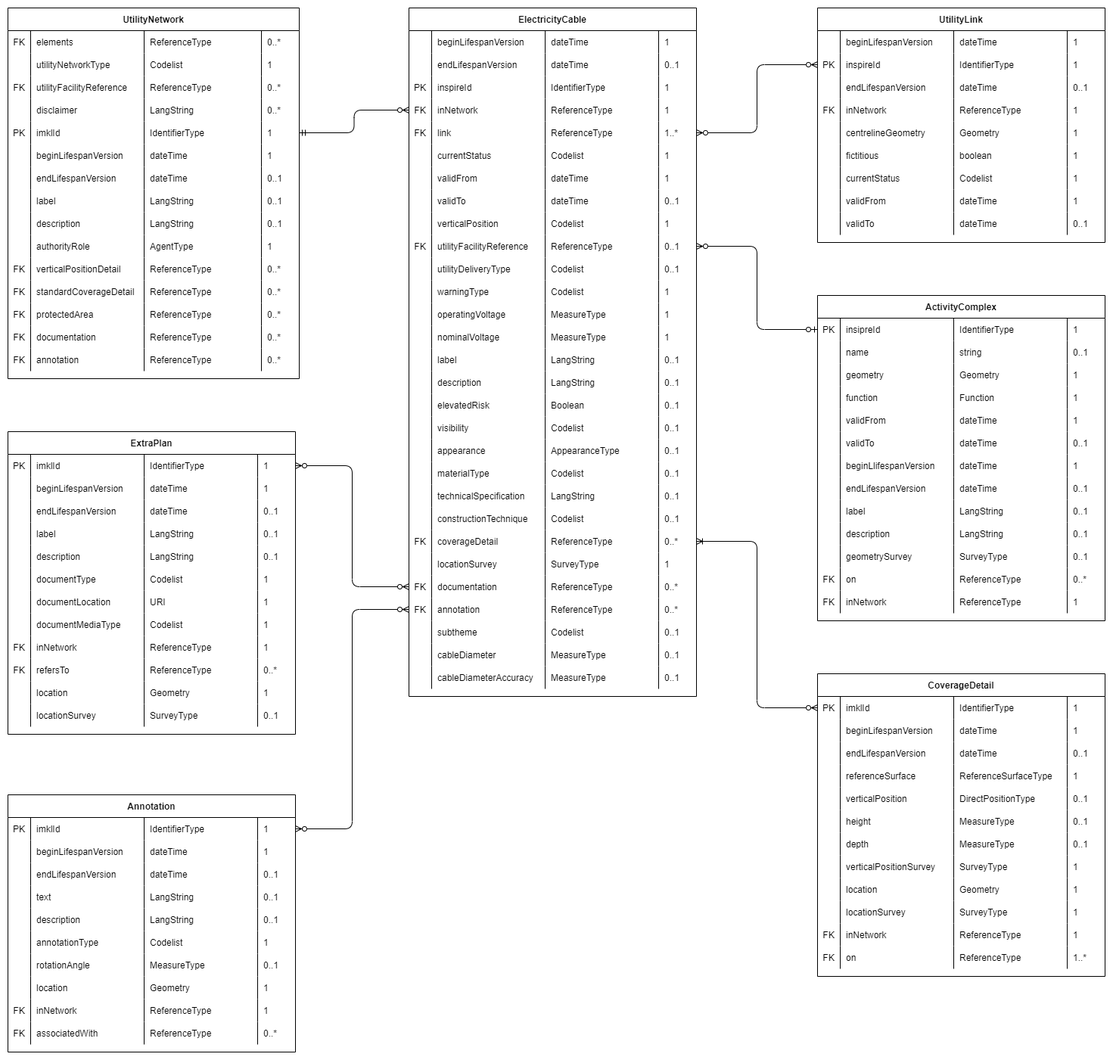
Before: implementation/Documentation/ERD/IMKL3 ElectricityCable.png, a diagram exported from draw.io (belgif/ICEGthema-imkl). Source tidied: cells renumbered, new cells last; positions are measured from the earlier drawing's top-left corner, leaving out a move shared by most shapes.
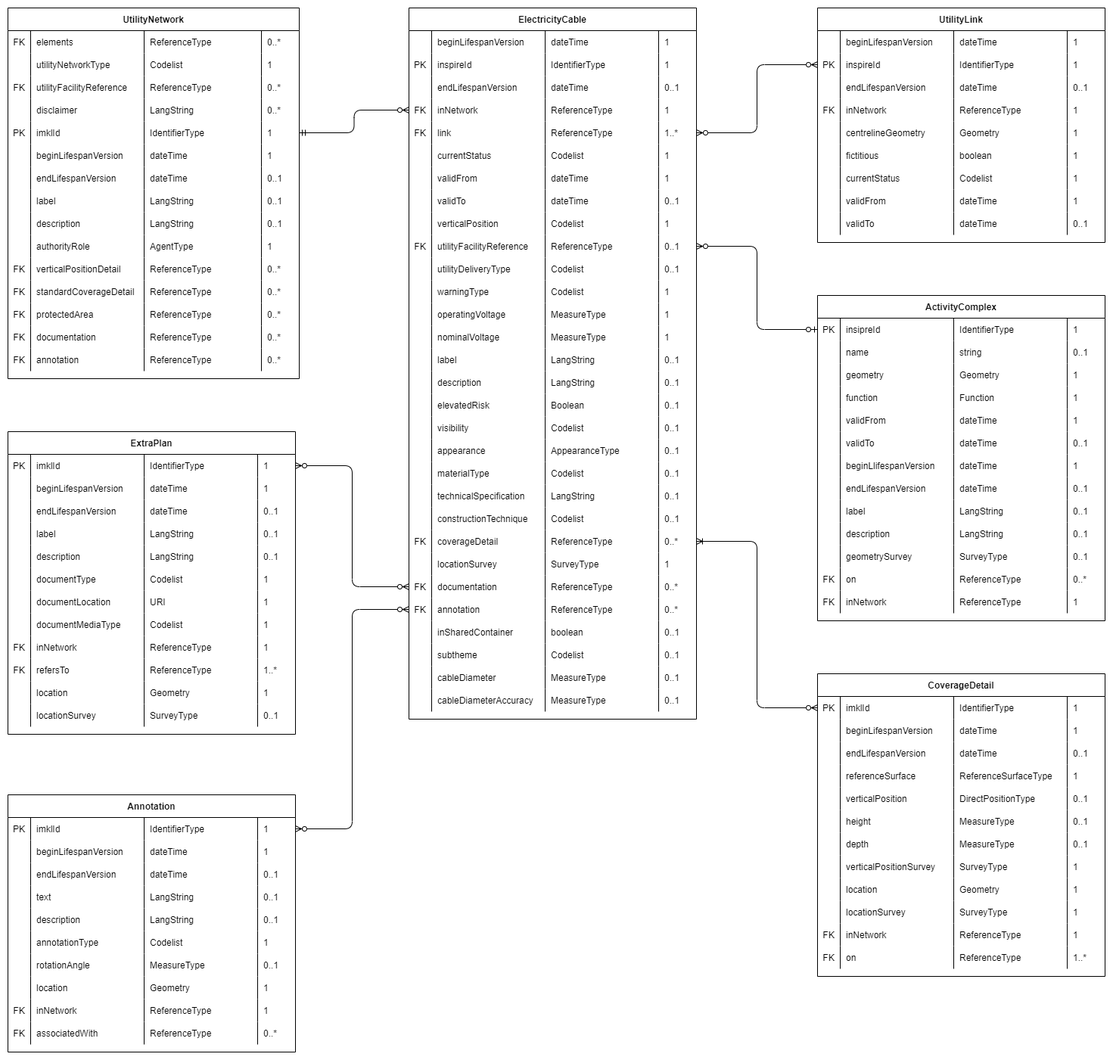
The same file after the commit.

What changed in the source:
```diff
@@ -3,7 +3,7 @@
     <mxCell id="0" />
     <mxCell id="1" parent="0" />
     <mxCell id="2" value="ElectricityCable" style="shape=table;startSize=30;rowLines=0;fontStyle=1;align=center;" parent="1" vertex="1">
-      <mxGeometry x="530" width="380" height="910" as="geometry" />
+      <mxGeometry x="530" width="380" height="940" as="geometry" />
     </mxCell>
     <mxCell id="3" style="shape=tableRow;horizontal=0;startSize=0;swimlaneHead=0;swimlaneBody=0;fillColor=none;top=0;left=0;right=0;bottom=0;" parent="2" vertex="1">
       <mxGeometry y="30" width="380" height="30" as="geometry" />
@@ -20,8 +20,23 @@
     <mxCell id="7" value="1" style="shape=partialRectangle;fillColor=none;top=0;left=0;bottom=0;right=0;align=left;spacingLeft=6;overflow=hidden;" parent="3" vertex="1">
       <mxGeometry x="330" width="50" height="30" as="geometry" />
     </mxCell>
+    <mxCell id="515" style="shape=tableRow;horizontal=0;startSize=0;swimlaneHead=0;swimlaneBody=0;fillColor=none;top=0;left=0;right=0;bottom=0;" parent="2" vertex="1">
+      <mxGeometry y="60" width="380" height="30" as="geometry" />
+    </mxCell>
+    <mxCell id="14" value="PK" style="shape=partialRectangle;fillColor=none;top=0;left=0;bottom=0;right=0;overflow=hidden;" parent="515" vertex="1">
+      <mxGeometry width="30" height="30" as="geometry" />
+    </mxCell>
+    <mxCell id="15" value="inspireId" style="shape=partialRectangle;fillColor=none;top=0;left=0;bottom=0;right=0;align=left;spacingLeft=6;overflow=hidden;" parent="515" vertex="1">
+      <mxGeometry x="30" width="150" height="30" as="geometry" />
+    </mxCell>
+    <mxCell id="16" value="IdentifierType" style="shape=partialRectangle;fillColor=none;top=0;left=0;bottom=0;right=0;align=left;spacingLeft=6;overflow=hidden;" parent="515" vertex="1">
+      <mxGeometry x="180" width="150" height="30" as="geometry" />
+    </mxCell>
+    <mxCell id="17" value="1" style="shape=partialRectangle;fillColor=none;top=0;left=0;bottom=0;right=0;align=left;spacingLeft=6;overflow=hidden;" parent="515" vertex="1">
+      <mxGeometry x="330" width="50" height="30" as="geometry" />
+    </mxCell>
     <mxCell id="8" style="shape=tableRow;horizontal=0;startSize=0;swimlaneHead=0;swimlaneBody=0;fillColor=none;top=0;left=0;right=0;bottom=0;" parent="2" vertex="1">
-      <mxGeometry y="60" width="380" height="30" as="geometry" />
+      <mxGeometry y="90" width="380" height="30" as="geometry" />
     </mxCell>
     <mxCell id="9" style="shape=partialRectangle;fillColor=none;top=0;left=0;bottom=0;right=0;overflow=hidden;" parent="8" vertex="1">
       <mxGeometry width="30" height="30" as="geometry" />
@@ -35,21 +50,6 @@
     <mxCell id="12" value="0..1" style="shape=partialRectangle;fillColor=none;top=0;left=0;bottom=0;right=0;align=left;spacingLeft=6;overflow=hidden;" parent="8" vertex="1">
       <mxGeometry x="330" width="50" height="30" as="geometry" />
     </mxCell>
-    <mxCell id="13" style="shape=tableRow;horizontal=0;startSize=0;swimlaneHead=0;swimlaneBody=0;fillColor=none;top=0;left=0;right=0;bottom=0;" parent="2" vertex="1">
-      <mxGeometry y="90" width="380" height="30" as="geometry" />
-    </mxCell>
-    <mxCell id="14" value="PK" style="shape=partialRectangle;fillColor=none;top=0;left=0;bottom=0;right=0;overflow=hidden;" parent="13" vertex="1">
-      <mxGeometry width="30" height="30" as="geometry" />
-    </mxCell>
-    <mxCell id="15" value="inspireId" style="shape=partialRectangle;fillColor=none;top=0;left=0;bottom=0;right=0;align=left;spacingLeft=6;overflow=hidden;" parent="13" vertex="1">
-      <mxGeometry x="30" width="150" height="30" as="geometry" />
-    </mxCell>
-    <mxCell id="16" value="IdentifierType" style="shape=partialRectangle;fillColor=none;top=0;left=0;bottom=0;right=0;align=left;spacingLeft=6;overflow=hidden;" parent="13" vertex="1">
-      <mxGeometry x="180" width="150" height="30" as="geometry" />
-    </mxCell>
-    <mxCell id="17" value="1" style="shape=partialRectangle;fillColor=none;top=0;left=0;bottom=0;right=0;align=left;spacingLeft=6;overflow=hidden;" parent="13" vertex="1">
-      <mxGeometry x="330" width="50" height="30" as="geometry" />
-    </mxCell>
     <mxCell id="18" style="shape=tableRow;horizontal=0;startSize=0;swimlaneHead=0;swimlaneBody=0;fillColor=none;points=[[0,0.5],[1,0.5]];portConstraint=eastwest;top=0;left=0;right=0;bottom=0;" parent="2" vertex="1">
       <mxGeometry y="120" width="380" height="30" as="geometry" />
     </mxCell>
@@ -395,8 +395,23 @@
     <mxCell id="132" value="0..*" style="shape=partialRectangle;fillColor=none;top=0;left=0;bottom=0;right=0;align=left;spacingLeft=6;overflow=hidden;" parent="128" vertex="1">
       <mxGeometry x="330" width="50" height="30" as="geometry" />
     </mxCell>
+    <mxCell id="516" style="shape=tableRow;horizontal=0;startSize=0;swimlaneHead=0;swimlaneBody=0;fillColor=none;top=0;left=0;right=0;bottom=0;" parent="2" vertex="1">
+      <mxGeometry y="810" width="380" height="30" as="geometry" />
+    </mxCell>
+    <mxCell id="517" style="shape=partialRectangle;fillColor=none;top=0;left=0;bottom=0;right=0;overflow=hidden;" parent="516" vertex="1">
+      <mxGeometry width="30" height="30" as="geometry" />
+    </mxCell>
+    <mxCell id="518" value="inSharedContainer" style="shape=partialRectangle;fillColor=none;top=0;left=0;bottom=0;right=0;align=left;spacingLeft=6;overflow=hidden;" parent="516" vertex="1">
+      <mxGeometry x="30" width="150" height="30" as="geometry" />
+    </mxCell>
+    <mxCell id="519" value="boolean" style="shape=partialRectangle;fillColor=none;top=0;left=0;bottom=0;right=0;align=left;spacingLeft=6;overflow=hidden;" parent="516" vertex="1">
+      <mxGeometry x="180" width="150" height="30" as="geometry" />
+    </mxCell>
+    <mxCell id="520" value="0..1" style="shape=partialRectangle;fillColor=none;top=0;left=0;bottom=0;right=0;align=left;spacingLeft=6;overflow=hidden;" parent="516" vertex="1">
+      <mxGeometry x="330" width="50" height="30" as="geometry" />
+    </mxCell>
     <mxCell id="133" style="shape=tableRow;horizontal=0;startSize=0;swimlaneHead=0;swimlaneBody=0;fillColor=none;top=0;left=0;right=0;bottom=0;" parent="2" vertex="1">
-      <mxGeometry y="810" width="380" height="30" as="geometry" />
+      <mxGeometry y="840" width="380" height="30" as="geometry" />
     </mxCell>
     <mxCell id="134" style="shape=partialRectangle;fillColor=none;top=0;left=0;bottom=0;right=0;overflow=hidden;" parent="133" vertex="1">
       <mxGeometry width="30" height="30" as="geometry" />
@@ -411,7 +426,7 @@
       <mxGeometry x="330" width="50" height="30" as="geometry" />
     </mxCell>
     <mxCell id="138" style="shape=tableRow;horizontal=0;startSize=0;swimlaneHead=0;swimlaneBody=0;fillColor=none;top=0;left=0;right=0;bottom=0;" parent="2" vertex="1">
-      <mxGeometry y="840" width="380" height="30" as="geometry" />
+      <mxGeometry y="870" width="380" height="30" as="geometry" />
     </mxCell>
     <mxCell id="139" style="shape=partialRectangle;fillColor=none;top=0;left=0;bottom=0;right=0;overflow=hidden;" parent="138" vertex="1">
       <mxGeometry width="30" height="30" as="geometry" />
@@ -426,7 +441,7 @@
       <mxGeometry x="330" width="50" height="30" as="geometry" />
     </mxCell>
     <mxCell id="143" style="shape=tableRow;horizontal=0;startSize=0;swimlaneHead=0;swimlaneBody=0;fillColor=none;top=0;left=0;right=0;bottom=0;" parent="2" vertex="1">
-      <mxGeometry y="870" width="380" height="30" as="geometry" />
+      <mxGeometry y="900" width="380" height="30" as="geometry" />
     </mxCell>
     <mxCell id="144" style="shape=partialRectangle;fillColor=none;top=0;left=0;bottom=0;right=0;overflow=hidden;" parent="143" vertex="1">
       <mxGeometry width="30" height="30" as="geometry" />
@@ -1337,7 +1352,7 @@
     <mxCell id="446" value="ReferenceType" style="shape=partialRectangle;fillColor=none;top=0;left=0;bottom=0;right=0;align=left;spacingLeft=6;overflow=hidden;" parent="443" vertex="1">
       <mxGeometry x="180" width="150" height="30" as="geometry" />
     </mxCell>
-    <mxCell id="447" value="0..*" style="shape=partialRectangle;fillColor=none;top=0;left=0;bottom=0;right=0;align=left;spacingLeft=6;overflow=hidden;" parent="443" vertex="1">
+    <mxCell id="447" value="1..*" style="shape=partialRectangle;fillColor=none;top=0;left=0;bottom=0;right=0;align=left;spacingLeft=6;overflow=hidden;" parent="443" vertex="1">
       <mxGeometry x="330" width="50" height="30" as="geometry" />
     </mxCell>
     <mxCell id="448" style="shape=tableRow;horizontal=0;startSize=0;swimlaneHead=0;swimlaneBody=0;fillColor=none;top=0;left=0;right=0;bottom=0;" parent="397" vertex="1">
```
